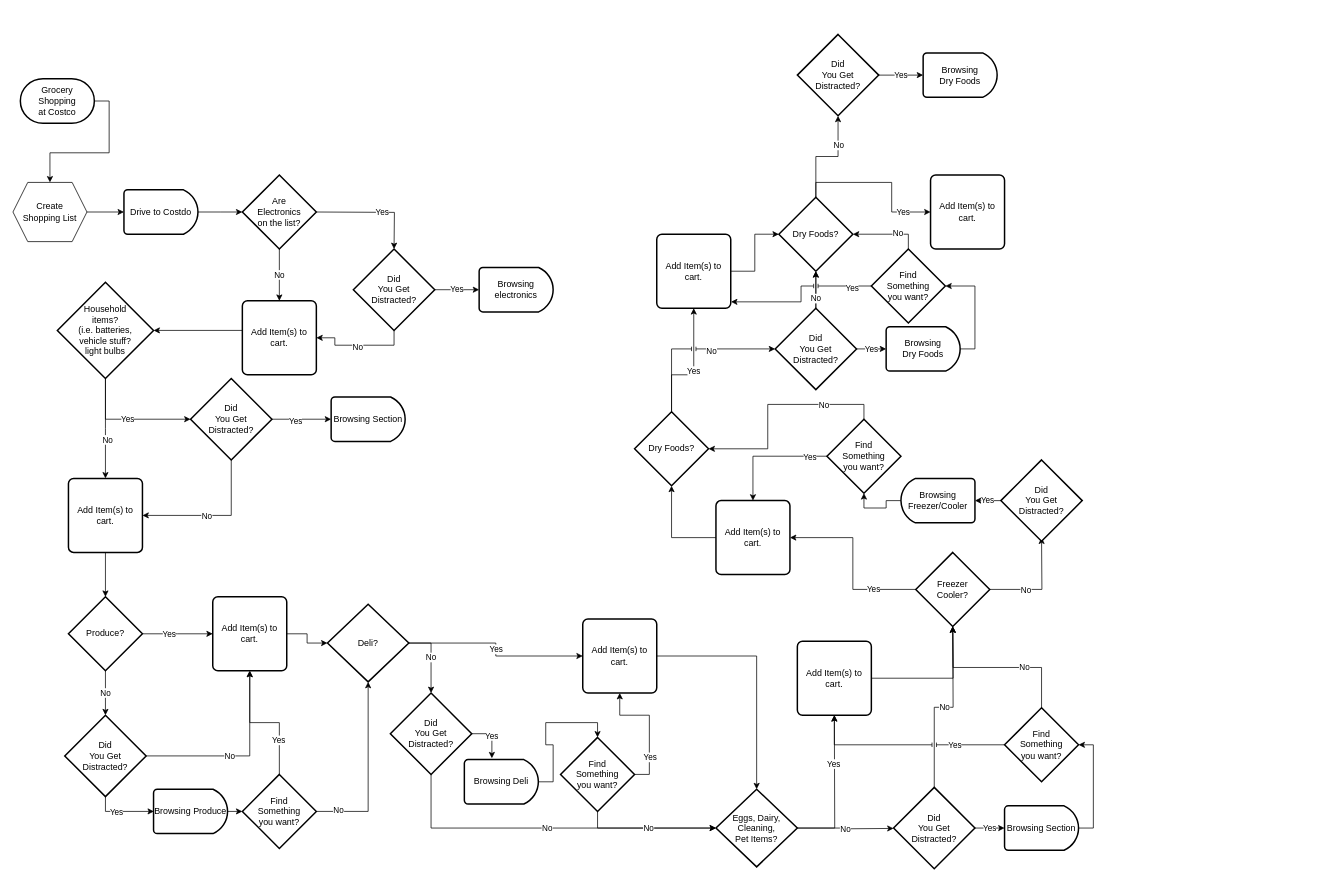
Before: Untitled Diagram.drawio in Teagan94/flowcharts, a draw.io diagram. Source tidied: cells renumbered, new cells numbered last; positions are measured from the earlier drawing's top-left corner, leaving out a move shared by most shapes. Both pictures are drawn from the tidied source at 74%, with x=0, y=0 at pixel (13, 34).
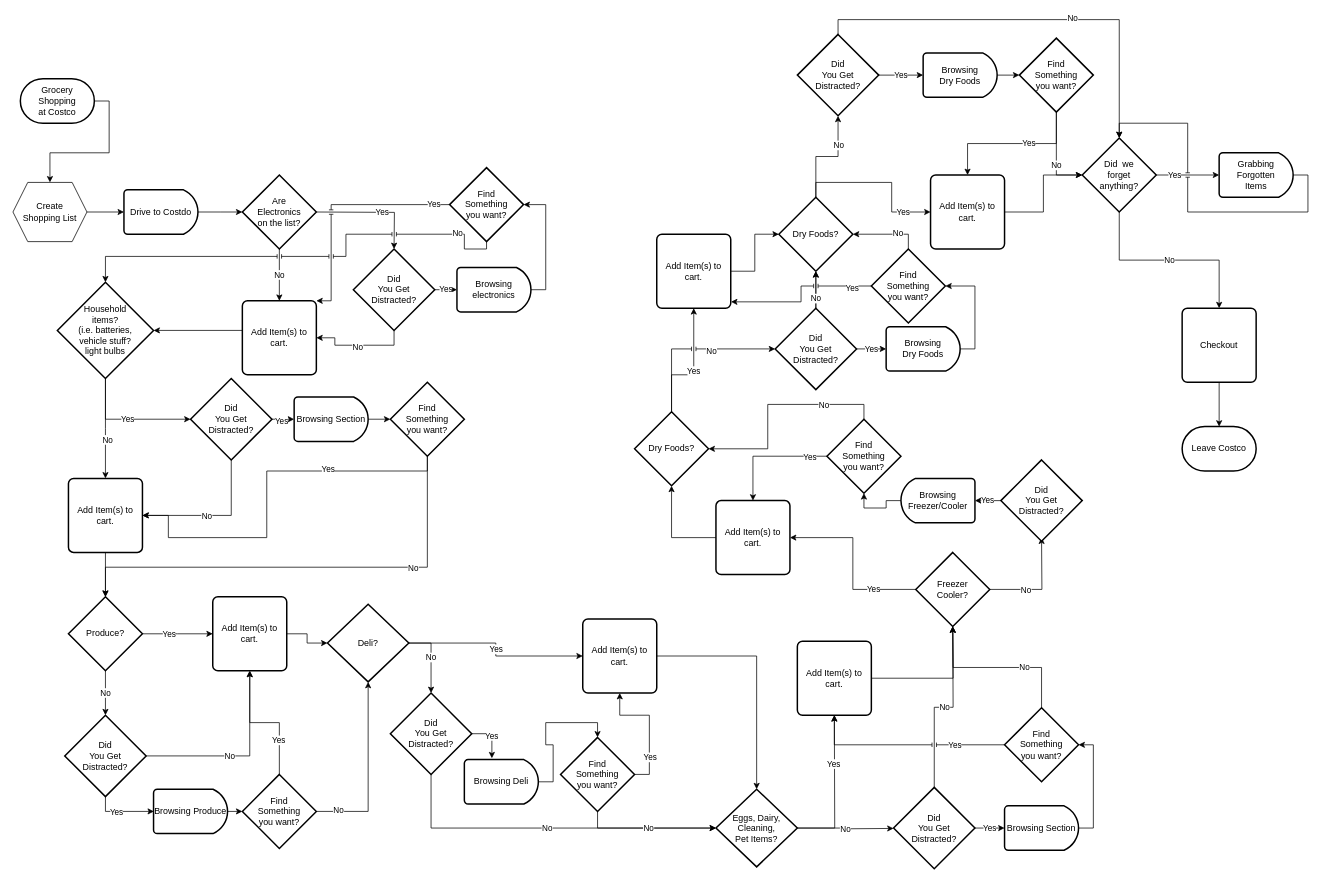
After the change.

The change refers to these unchanged cells:
```xml
<mxCell id="18" value="Household&lt;br&gt;items?&lt;br&gt;(i.e. batteries,&lt;br&gt;vehicle stuff?&lt;br&gt;light bulbs" style="strokeWidth=2;html=1;shape=mxgraph.flowchart.decision;whiteSpace=wrap;" parent="1" vertex="1">
  <mxGeometry x="60" y="335" width="130" height="130" as="geometry" />
</mxCell>
<mxCell id="19" value="Add Item(s) to cart." style="rounded=1;whiteSpace=wrap;html=1;absoluteArcSize=1;arcSize=14;strokeWidth=2;" parent="1" vertex="1">
  <mxGeometry x="310" y="360" width="100" height="100" as="geometry" />
</mxCell>
<mxCell id="28" value="Did&lt;br style=&quot;border-color: var(--border-color);&quot;&gt;You Get&lt;br style=&quot;border-color: var(--border-color);&quot;&gt;Distracted?" style="strokeWidth=2;html=1;shape=mxgraph.flowchart.decision;whiteSpace=wrap;" parent="1" vertex="1">
  <mxGeometry x="240" y="465" width="110" height="110" as="geometry" />
</mxCell>
<mxCell id="31" value="Add Item(s) to cart." style="rounded=1;whiteSpace=wrap;html=1;absoluteArcSize=1;arcSize=14;strokeWidth=2;" parent="1" vertex="1">
  <mxGeometry x="75" y="600" width="100" height="100" as="geometry" />
</mxCell>
<mxCell id="36" value="Produce?" style="strokeWidth=2;html=1;shape=mxgraph.flowchart.decision;whiteSpace=wrap;" parent="1" vertex="1">
  <mxGeometry x="75" y="760" width="100" height="100" as="geometry" />
</mxCell>
<mxCell id="119" value="Add Item(s) to cart." style="rounded=1;whiteSpace=wrap;html=1;absoluteArcSize=1;arcSize=14;strokeWidth=2;" parent="1" vertex="1">
  <mxGeometry x="1240" y="190" width="100" height="100" as="geometry" />
</mxCell>
<mxCell id="121" value="Did&lt;br style=&quot;border-color: var(--border-color);&quot;&gt;You Get&lt;br style=&quot;border-color: var(--border-color);&quot;&gt;Distracted?" style="strokeWidth=2;html=1;shape=mxgraph.flowchart.decision;whiteSpace=wrap;" parent="1" vertex="1">
  <mxGeometry x="1060" width="110" height="110" as="geometry" />
</mxCell>
<mxCell id="122" value="Browsing&lt;br&gt;Dry Foods" style="strokeWidth=2;html=1;shape=mxgraph.flowchart.delay;whiteSpace=wrap;" parent="1" vertex="1">
  <mxGeometry x="1230" y="25" width="100" height="60" as="geometry" />
</mxCell>
```

The edit, as a diff of the source:
```diff
@@
     <mxCell id="2" value="No" style="edgeStyle=orthogonalEdgeStyle;rounded=0;html=1;labelBackgroundColor=none;startSize=5;endArrow=classicThin;endFill=1;endSize=5;jettySize=auto;orthogonalLoop=1;strokeWidth=1;fontFamily=Verdana;fontSize=8;" parent="1" edge="1">
       <mxGeometry x="-1" y="-10" relative="1" as="geometry">
-        <mxPoint x="430" y="360" as="targetPoint" />
+        <mxPoint x="440" y="1377" as="targetPoint" />
       </mxGeometry>
     </mxCell>
@@
-    <mxCell id="13" value="Yes" style="edgeStyle=orthogonalEdgeStyle;rounded=0;orthogonalLoop=1;jettySize=auto;html=1;exitX=1;exitY=0.5;exitDx=0;exitDy=0;" parent="1" edge="1">
+    <mxCell id="13" value="Yes" style="edgeStyle=orthogonalEdgeStyle;rounded=0;jettySize=auto;html=1;exitX=1;exitY=0.5;exitDx=0;exitDy=0;entryX=0;entryY=0.5;entryDx=0;entryDy=0;entryPerimeter=0;" parent="1" edge="1" target="29">
       <mxGeometry relative="1" as="geometry">
         <mxPoint x="570" y="345" as="sourcePoint" />
-        <mxPoint x="630" y="345" as="targetPoint" />
       </mxGeometry>
     </mxCell>
@@
-    <mxCell id="24" style="edgeStyle=orthogonalEdgeStyle;rounded=0;jettySize=auto;html=1;exitX=1;exitY=0.5;exitDx=0;exitDy=0;exitPerimeter=0;" parent="1" edge="1" source="28">
-      <mxGeometry relative="1" as="geometry">
-        <mxPoint x="430" y="520" as="targetPoint" />
-      </mxGeometry>
+    <mxCell id="24" style="edgeStyle=orthogonalEdgeStyle;rounded=0;jettySize=auto;html=1;exitX=1;exitY=0.5;exitDx=0;exitDy=0;exitPerimeter=0;entryX=0;entryY=0.5;entryDx=0;entryDy=0;entryPerimeter=0;" parent="1" edge="1" source="28" target="32">
+      <mxGeometry relative="1" as="geometry" />
     </mxCell>
@@
+    <mxCell id="123" style="edgeStyle=orthogonalEdgeStyle;rounded=0;jettySize=auto;html=1;exitX=1;exitY=0.5;exitDx=0;exitDy=0;exitPerimeter=0;entryX=1;entryY=0.5;entryDx=0;entryDy=0;entryPerimeter=0;" parent="1" edge="1" source="29" target="146">
+      <mxGeometry relative="1" as="geometry" />
+    </mxCell>
     <mxCell id="29" value="Browsing&lt;br&gt;electronics" style="strokeWidth=2;html=1;shape=mxgraph.flowchart.delay;whiteSpace=wrap;" parent="1" vertex="1">
-      <mxGeometry x="630" y="315" width="100" height="60" as="geometry" />
+      <mxGeometry x="600" y="315" width="100" height="60" as="geometry" />
     </mxCell>
@@
+    <mxCell id="124" style="edgeStyle=orthogonalEdgeStyle;rounded=0;jettySize=auto;html=1;exitX=1;exitY=0.5;exitDx=0;exitDy=0;exitPerimeter=0;entryX=0;entryY=0.5;entryDx=0;entryDy=0;entryPerimeter=0;" parent="1" edge="1" source="32" target="151">
+      <mxGeometry relative="1" as="geometry" />
+    </mxCell>
     <mxCell id="32" value="Browsing Section" style="strokeWidth=2;html=1;shape=mxgraph.flowchart.delay;whiteSpace=wrap;" parent="1" vertex="1">
-      <mxGeometry x="430" y="490" width="100" height="60" as="geometry" />
+      <mxGeometry x="380" y="490" width="100" height="60" as="geometry" />
     </mxCell>
@@
+    <mxCell id="125" style="edgeStyle=orthogonalEdgeStyle;rounded=0;jettySize=auto;html=1;exitX=1;exitY=0.5;exitDx=0;exitDy=0;entryX=0;entryY=0.5;entryDx=0;entryDy=0;entryPerimeter=0;" parent="1" edge="1" source="119" target="131">
+      <mxGeometry relative="1" as="geometry" />
+    </mxCell>
@@
+    <mxCell id="126" style="edgeStyle=orthogonalEdgeStyle;rounded=0;jettySize=auto;html=1;exitX=0.5;exitY=0;exitDx=0;exitDy=0;exitPerimeter=0;entryX=0.5;entryY=0;entryDx=0;entryDy=0;entryPerimeter=0;" parent="1" edge="1" source="121" target="131">
+      <mxGeometry relative="1" as="geometry" />
+    </mxCell>
+    <mxCell id="127" value="No" style="edgeLabel;html=1;align=center;verticalAlign=middle;" parent="126" vertex="1">
+      <mxGeometry x="0.2" y="3" relative="1" as="geometry" />
+    </mxCell>
@@
+    <mxCell id="128" style="edgeStyle=orthogonalEdgeStyle;rounded=0;jettySize=auto;html=1;exitX=1;exitY=0.5;exitDx=0;exitDy=0;exitPerimeter=0;entryX=0;entryY=0.5;entryDx=0;entryDy=0;entryPerimeter=0;" parent="1" edge="1" source="122" target="136">
+      <mxGeometry relative="1" as="geometry" />
+    </mxCell>
@@
+    <mxCell id="129" value="Yes" style="edgeStyle=orthogonalEdgeStyle;rounded=0;jettySize=auto;html=1;exitX=1;exitY=0.5;exitDx=0;exitDy=0;exitPerimeter=0;" parent="1" edge="1" source="131">
+      <mxGeometry x="-0.41" relative="1" as="geometry">
+        <mxPoint x="1630" y="190" as="targetPoint" />
+      </mxGeometry>
+    </mxCell>
+    <mxCell id="130" value="No" style="edgeStyle=orthogonalEdgeStyle;rounded=0;jettySize=auto;html=1;exitX=0.5;exitY=1;exitDx=0;exitDy=0;exitPerimeter=0;entryX=0.5;entryY=0;entryDx=0;entryDy=0;" parent="1" edge="1" source="131" target="138">
+      <mxGeometry relative="1" as="geometry" />
+    </mxCell>
+    <mxCell id="131" value="Did&amp;nbsp; we&lt;br&gt;forget&lt;br&gt;anything?" style="strokeWidth=2;html=1;shape=mxgraph.flowchart.decision;whiteSpace=wrap;" parent="1" vertex="1">
+      <mxGeometry x="1445" y="140" width="100" height="100" as="geometry" />
+    </mxCell>
+    <mxCell id="132" style="edgeStyle=orthogonalEdgeStyle;rounded=0;jettySize=auto;html=1;exitX=0.5;exitY=1;exitDx=0;exitDy=0;exitPerimeter=0;entryX=0.5;entryY=0;entryDx=0;entryDy=0;" parent="1" edge="1" source="136" target="119">
+      <mxGeometry relative="1" as="geometry" />
+    </mxCell>
+    <mxCell id="133" value="Yes" style="edgeLabel;html=1;align=center;verticalAlign=middle;" parent="132" vertex="1">
+      <mxGeometry x="-0.22" y="-1" relative="1" as="geometry" />
+    </mxCell>
+    <mxCell id="134" style="edgeStyle=orthogonalEdgeStyle;rounded=0;jettySize=auto;html=1;exitX=0.5;exitY=1;exitDx=0;exitDy=0;exitPerimeter=0;entryX=0;entryY=0.5;entryDx=0;entryDy=0;entryPerimeter=0;" parent="1" edge="1" source="136" target="131">
+      <mxGeometry relative="1" as="geometry" />
+    </mxCell>
+    <mxCell id="135" value="No" style="edgeLabel;html=1;align=center;verticalAlign=middle;" parent="134" vertex="1">
+      <mxGeometry x="0.18" y="-1" relative="1" as="geometry" />
+    </mxCell>
+    <mxCell id="136" value="Find&lt;br&gt;Something&lt;br&gt;you want?" style="strokeWidth=2;html=1;shape=mxgraph.flowchart.decision;whiteSpace=wrap;" parent="1" vertex="1">
+      <mxGeometry x="1360" y="5" width="100" height="100" as="geometry" />
+    </mxCell>
+    <mxCell id="137" style="edgeStyle=orthogonalEdgeStyle;rounded=0;jettySize=auto;html=1;exitX=0.5;exitY=1;exitDx=0;exitDy=0;" parent="1" edge="1" source="138" target="141">
+      <mxGeometry relative="1" as="geometry" />
+    </mxCell>
+    <mxCell id="138" value="Checkout" style="rounded=1;whiteSpace=wrap;html=1;absoluteArcSize=1;arcSize=14;strokeWidth=2;" parent="1" vertex="1">
+      <mxGeometry x="1580" y="370" width="100" height="100" as="geometry" />
+    </mxCell>
+    <mxCell id="139" style="edgeStyle=orthogonalEdgeStyle;rounded=0;jettySize=auto;html=1;exitX=1;exitY=0.5;exitDx=0;exitDy=0;exitPerimeter=0;entryX=0.5;entryY=0;entryDx=0;entryDy=0;entryPerimeter=0;jumpStyle=line;" parent="1" edge="1" source="140" target="131">
+      <mxGeometry relative="1" as="geometry" />
+    </mxCell>
+    <mxCell id="140" value="Grabbing&lt;br&gt;Forgotten&lt;br&gt;Items" style="strokeWidth=2;html=1;shape=mxgraph.flowchart.delay;whiteSpace=wrap;" parent="1" vertex="1">
+      <mxGeometry x="1630" y="160" width="100" height="60" as="geometry" />
+    </mxCell>
+    <mxCell id="141" value="Leave Costco" style="strokeWidth=2;html=1;shape=mxgraph.flowchart.terminator;whiteSpace=wrap;" parent="1" vertex="1">
+      <mxGeometry x="1580" y="530" width="100" height="60" as="geometry" />
+    </mxCell>
+    <mxCell id="142" style="edgeStyle=orthogonalEdgeStyle;rounded=0;jettySize=auto;html=1;exitX=0;exitY=0.5;exitDx=0;exitDy=0;exitPerimeter=0;entryX=1;entryY=0;entryDx=0;entryDy=0;jumpStyle=line;" parent="1" edge="1" source="146" target="19">
+      <mxGeometry relative="1" as="geometry">
+        <Array as="points">
+          <mxPoint x="430" y="230" />
+          <mxPoint x="430" y="360" />
+        </Array>
+      </mxGeometry>
+    </mxCell>
+    <mxCell id="143" value="Yes" style="edgeLabel;html=1;align=center;verticalAlign=middle;" parent="142" vertex="1">
+      <mxGeometry x="-0.86" y="-1" relative="1" as="geometry" />
+    </mxCell>
+    <mxCell id="144" style="edgeStyle=orthogonalEdgeStyle;rounded=0;jettySize=auto;html=1;exitX=0.5;exitY=1;exitDx=0;exitDy=0;exitPerimeter=0;jumpStyle=line;entryX=0.5;entryY=0;entryDx=0;entryDy=0;entryPerimeter=0;" parent="1" edge="1" source="146" target="18">
+      <mxGeometry relative="1" as="geometry">
+        <Array as="points">
+          <mxPoint x="640" y="290" />
+          <mxPoint x="610" y="290" />
+          <mxPoint x="610" y="270" />
+          <mxPoint x="450" y="270" />
+          <mxPoint x="450" y="300" />
+          <mxPoint x="125" y="300" />
+        </Array>
+      </mxGeometry>
+    </mxCell>
+    <mxCell id="145" value="No" style="edgeLabel;html=1;align=center;verticalAlign=middle;" parent="144" vertex="1">
+      <mxGeometry x="-0.77" y="-2" relative="1" as="geometry" />
+    </mxCell>
+    <mxCell id="146" value="Find&lt;br&gt;Something&lt;br&gt;you want?" style="strokeWidth=2;html=1;shape=mxgraph.flowchart.decision;whiteSpace=wrap;" parent="1" vertex="1">
+      <mxGeometry x="590" y="180" width="100" height="100" as="geometry" />
+    </mxCell>
+    <mxCell id="147" style="edgeStyle=orthogonalEdgeStyle;rounded=0;jettySize=auto;html=1;exitX=0.5;exitY=1;exitDx=0;exitDy=0;exitPerimeter=0;entryX=0.5;entryY=0;entryDx=0;entryDy=0;entryPerimeter=0;" parent="1" edge="1" source="151" target="36">
+      <mxGeometry relative="1" as="geometry">
+        <Array as="points">
+          <mxPoint x="560" y="720" />
+          <mxPoint x="125" y="720" />
+        </Array>
+      </mxGeometry>
+    </mxCell>
+    <mxCell id="148" value="No" style="edgeLabel;html=1;align=center;verticalAlign=middle;" parent="147" vertex="1">
+      <mxGeometry x="-0.87" y="2" relative="1" as="geometry">
+        <mxPoint x="-22" y="110" as="offset" />
+      </mxGeometry>
+    </mxCell>
+    <mxCell id="149" style="edgeStyle=orthogonalEdgeStyle;rounded=0;jettySize=auto;html=1;exitX=0.5;exitY=1;exitDx=0;exitDy=0;exitPerimeter=0;entryX=1;entryY=0.5;entryDx=0;entryDy=0;" parent="1" edge="1" source="151" target="31">
+      <mxGeometry relative="1" as="geometry">
+        <Array as="points">
+          <mxPoint x="560" y="590" />
+          <mxPoint x="343" y="590" />
+          <mxPoint x="343" y="680" />
+          <mxPoint x="210" y="680" />
+          <mxPoint x="210" y="650" />
+        </Array>
+      </mxGeometry>
+    </mxCell>
+    <mxCell id="150" value="Yes" style="edgeLabel;html=1;align=center;verticalAlign=middle;" parent="149" vertex="1">
+      <mxGeometry x="-0.41" y="-3" relative="1" as="geometry" />
+    </mxCell>
+    <mxCell id="151" value="Find&lt;br&gt;Something&lt;br&gt;you want?" style="strokeWidth=2;html=1;shape=mxgraph.flowchart.decision;whiteSpace=wrap;" parent="1" vertex="1">
+      <mxGeometry x="510" y="470" width="100" height="100" as="geometry" />
+    </mxCell>
```
